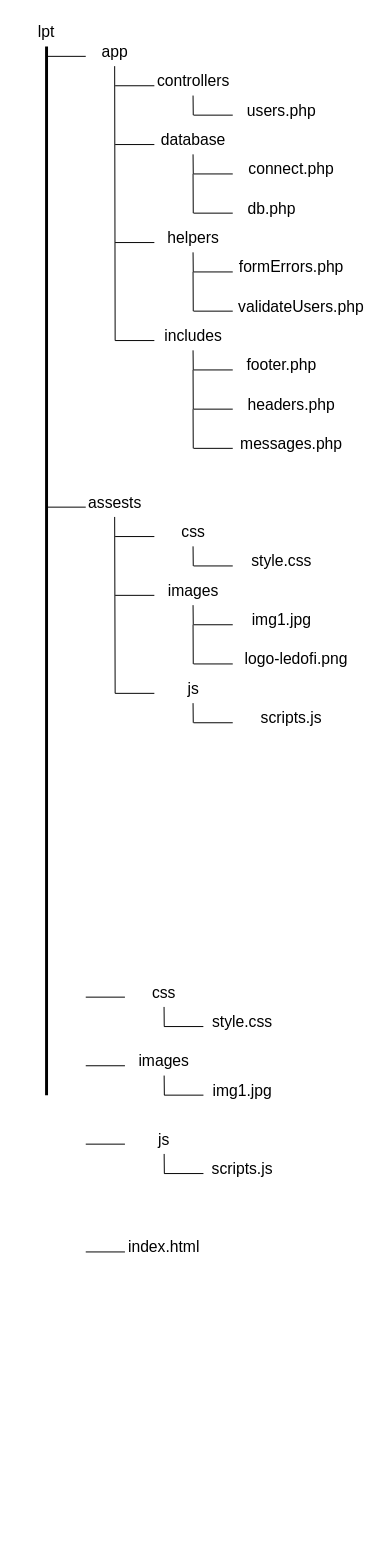
The draw.io diagram Grafika/struktura_projektu.drawio in LEDOFI/LEDOFI, before the edit. Source tidied: cells renumbered, new cells numbered last; positions are measured from the earlier drawing's top-left corner, leaving out a move shared by most shapes. Both pictures are drawn from the tidied source at 98%, with x=0, y=0 at pixel (17, 17).
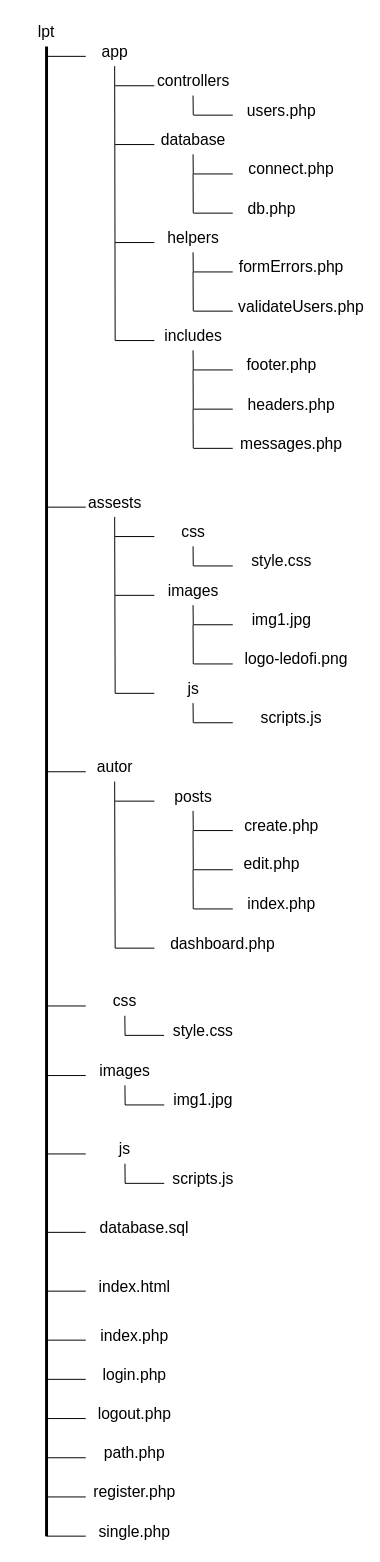
Above is the later version.

The change refers to these unchanged cells:
```xml
<mxCell id="2" value="&lt;font style=&quot;font-size: 16px&quot;&gt;lpt&lt;/font&gt;" style="text;html=1;strokeColor=none;fillColor=none;align=center;verticalAlign=middle;whiteSpace=wrap;rounded=0;" parent="1" vertex="1">
  <mxGeometry width="60" height="30" as="geometry" />
</mxCell>
```

What changed in the source:
```diff
@@
     <mxCell id="3" style="endArrow=none;html=1;rounded=0;fontSize=16;entryX=0.5;entryY=1;entryDx=0;entryDy=0;strokeWidth=3;" parent="1" edge="1" target="2">
       <mxGeometry relative="1" as="geometry">
-        <mxPoint x="30" y="1100" as="sourcePoint" />
+        <mxPoint x="30" y="1550" as="sourcePoint" />
       </mxGeometry>
     </mxCell>
     <mxCell id="4" style="endArrow=none;html=1;rounded=0;fontSize=16;" parent="1" edge="1">
       <mxGeometry relative="1" as="geometry">
-        <mxPoint x="70" y="1000" as="sourcePoint" />
-        <mxPoint x="110" y="1000" as="targetPoint" />
+        <mxPoint x="30" y="1009" as="sourcePoint" />
+        <mxPoint x="70" y="1009" as="targetPoint" />
       </mxGeometry>
     </mxCell>
     <mxCell id="5" value="&lt;font style=&quot;font-size: 16px&quot;&gt;css&lt;/font&gt;" style="text;html=1;strokeColor=none;fillColor=none;align=center;verticalAlign=middle;whiteSpace=wrap;rounded=0;" parent="1" vertex="1">
-      <mxGeometry x="120" y="980" width="60" height="30" as="geometry" />
+      <mxGeometry x="80" y="989" width="60" height="30" as="geometry" />
     </mxCell>
     <mxCell id="6" style="endArrow=none;html=1;rounded=0;fontSize=16;" parent="1" edge="1">
       <mxGeometry relative="1" as="geometry">
-        <mxPoint x="70" y="1070" as="sourcePoint" />
-        <mxPoint x="110" y="1070" as="targetPoint" />
+        <mxPoint x="30" y="1080" as="sourcePoint" />
+        <mxPoint x="70" y="1080" as="targetPoint" />
       </mxGeometry>
     </mxCell>
     <mxCell id="7" value="&lt;font style=&quot;font-size: 16px&quot;&gt;images&lt;/font&gt;" style="text;html=1;strokeColor=none;fillColor=none;align=center;verticalAlign=middle;whiteSpace=wrap;rounded=0;" parent="1" vertex="1">
-      <mxGeometry x="120" y="1050" width="60" height="30" as="geometry" />
+      <mxGeometry x="80" y="1060" width="60" height="30" as="geometry" />
     </mxCell>
     <mxCell id="8" style="endArrow=none;html=1;rounded=0;fontSize=16;" parent="1" edge="1">
       <mxGeometry relative="1" as="geometry">
-        <mxPoint x="70" y="1150" as="sourcePoint" />
-        <mxPoint x="110" y="1150" as="targetPoint" />
+        <mxPoint x="30" y="1160" as="sourcePoint" />
+        <mxPoint x="70" y="1160" as="targetPoint" />
       </mxGeometry>
     </mxCell>
     <mxCell id="9" value="&lt;font style=&quot;font-size: 16px&quot;&gt;js&lt;/font&gt;" style="text;html=1;strokeColor=none;fillColor=none;align=center;verticalAlign=middle;whiteSpace=wrap;rounded=0;" parent="1" vertex="1">
-      <mxGeometry x="120" y="1130" width="60" height="30" as="geometry" />
+      <mxGeometry x="80" y="1140" width="60" height="30" as="geometry" />
     </mxCell>
     <mxCell id="10" style="endArrow=none;html=1;rounded=0;fontSize=16;" parent="1" edge="1">
       <mxGeometry relative="1" as="geometry">
-        <mxPoint x="70" y="1260" as="sourcePoint" />
-        <mxPoint x="110" y="1260" as="targetPoint" />
+        <mxPoint x="30" y="1300" as="sourcePoint" />
+        <mxPoint x="70" y="1300" as="targetPoint" />
       </mxGeometry>
     </mxCell>
     <mxCell id="11" value="&lt;font style=&quot;font-size: 16px&quot;&gt;index.html&lt;/font&gt;" style="text;html=1;strokeColor=none;fillColor=none;align=center;verticalAlign=middle;whiteSpace=wrap;rounded=0;" parent="1" vertex="1">
-      <mxGeometry x="120" y="1240" width="60" height="30" as="geometry" />
+      <mxGeometry x="90" y="1280" width="60" height="30" as="geometry" />
     </mxCell>
     <mxCell id="12" style="endArrow=none;html=1;rounded=0;fontSize=16;strokeWidth=1;" parent="1" edge="1">
       <mxGeometry relative="1" as="geometry">
-        <mxPoint x="150.1" y="1030" as="sourcePoint" />
-        <mxPoint x="149.9" y="1010" as="targetPoint" />
+        <mxPoint x="110.1" y="1039" as="sourcePoint" />
+        <mxPoint x="109.9" y="1019" as="targetPoint" />
       </mxGeometry>
     </mxCell>
     <mxCell id="13" style="endArrow=none;html=1;rounded=0;fontSize=16;" parent="1" edge="1">
       <mxGeometry relative="1" as="geometry">
-        <mxPoint x="150" y="1030" as="sourcePoint" />
-        <mxPoint x="190" y="1030" as="targetPoint" />
+        <mxPoint x="110" y="1039" as="sourcePoint" />
+        <mxPoint x="150" y="1039" as="targetPoint" />
       </mxGeometry>
     </mxCell>
     <mxCell id="14" value="&lt;font style=&quot;font-size: 16px&quot;&gt;style.css&lt;/font&gt;" style="text;html=1;strokeColor=none;fillColor=none;align=center;verticalAlign=middle;whiteSpace=wrap;rounded=0;" parent="1" vertex="1">
-      <mxGeometry x="200" y="1010" width="60" height="30" as="geometry" />
+      <mxGeometry x="160" y="1019" width="60" height="30" as="geometry" />
     </mxCell>
     <mxCell id="15" style="endArrow=none;html=1;rounded=0;fontSize=16;strokeWidth=1;" parent="1" edge="1">
       <mxGeometry relative="1" as="geometry">
-        <mxPoint x="150.2" y="1100" as="sourcePoint" />
-        <mxPoint x="150" y="1080" as="targetPoint" />
+        <mxPoint x="110.2" y="1110" as="sourcePoint" />
+        <mxPoint x="110" y="1090" as="targetPoint" />
       </mxGeometry>
     </mxCell>
     <mxCell id="16" style="endArrow=none;html=1;rounded=0;fontSize=16;" parent="1" edge="1">
       <mxGeometry relative="1" as="geometry">
-        <mxPoint x="150.1" y="1100" as="sourcePoint" />
-        <mxPoint x="190.1" y="1100" as="targetPoint" />
+        <mxPoint x="110.1" y="1110" as="sourcePoint" />
+        <mxPoint x="150.1" y="1110" as="targetPoint" />
       </mxGeometry>
     </mxCell>
     <mxCell id="17" value="&lt;font style=&quot;font-size: 16px&quot;&gt;img1.jpg&lt;/font&gt;" style="text;html=1;strokeColor=none;fillColor=none;align=center;verticalAlign=middle;whiteSpace=wrap;rounded=0;" parent="1" vertex="1">
-      <mxGeometry x="200" y="1080" width="60" height="30" as="geometry" />
+      <mxGeometry x="160" y="1090" width="60" height="30" as="geometry" />
     </mxCell>
     <mxCell id="18" style="endArrow=none;html=1;rounded=0;fontSize=16;strokeWidth=1;" parent="1" edge="1">
       <mxGeometry relative="1" as="geometry">
-        <mxPoint x="150.2" y="1180" as="sourcePoint" />
-        <mxPoint x="150" y="1160" as="targetPoint" />
+        <mxPoint x="110.2" y="1190" as="sourcePoint" />
+        <mxPoint x="110" y="1170" as="targetPoint" />
       </mxGeometry>
     </mxCell>
     <mxCell id="19" style="endArrow=none;html=1;rounded=0;fontSize=16;" parent="1" edge="1">
       <mxGeometry relative="1" as="geometry">
-        <mxPoint x="150.1" y="1180" as="sourcePoint" />
-        <mxPoint x="190.1" y="1180" as="targetPoint" />
+        <mxPoint x="110.1" y="1190" as="sourcePoint" />
+        <mxPoint x="150.1" y="1190" as="targetPoint" />
       </mxGeometry>
     </mxCell>
     <mxCell id="20" value="&lt;font style=&quot;font-size: 16px&quot;&gt;scripts.js&lt;/font&gt;" style="text;html=1;strokeColor=none;fillColor=none;align=center;verticalAlign=middle;whiteSpace=wrap;rounded=0;" parent="1" vertex="1">
-      <mxGeometry x="200" y="1160" width="60" height="30" as="geometry" />
+      <mxGeometry x="160" y="1170" width="60" height="30" as="geometry" />
     </mxCell>
@@
+    <mxCell id="89" style="endArrow=none;html=1;rounded=0;fontSize=16;" parent="1" edge="1">
+      <mxGeometry relative="1" as="geometry">
+        <mxPoint x="30" y="770" as="sourcePoint" />
+        <mxPoint x="70" y="770" as="targetPoint" />
+      </mxGeometry>
+    </mxCell>
+    <mxCell id="90" value="&lt;font style=&quot;font-size: 16px&quot;&gt;autor&lt;/font&gt;" style="text;html=1;strokeColor=none;fillColor=none;align=center;verticalAlign=middle;whiteSpace=wrap;rounded=0;" parent="1" vertex="1">
+      <mxGeometry x="70" y="750" width="60" height="30" as="geometry" />
+    </mxCell>
+    <mxCell id="91" style="endArrow=none;html=1;rounded=0;fontSize=16;strokeWidth=1;" parent="1" edge="1">
+      <mxGeometry relative="1" as="geometry">
+        <mxPoint x="100" y="950" as="sourcePoint" />
+        <mxPoint x="99.5" y="780" as="targetPoint" />
+      </mxGeometry>
+    </mxCell>
+    <mxCell id="92" style="endArrow=none;html=1;rounded=0;fontSize=16;" parent="1" edge="1">
+      <mxGeometry relative="1" as="geometry">
+        <mxPoint x="100" y="800" as="sourcePoint" />
+        <mxPoint x="140" y="800" as="targetPoint" />
+      </mxGeometry>
+    </mxCell>
+    <mxCell id="93" value="&lt;font style=&quot;font-size: 16px&quot;&gt;posts&lt;/font&gt;" style="text;html=1;strokeColor=none;fillColor=none;align=center;verticalAlign=middle;whiteSpace=wrap;rounded=0;" parent="1" vertex="1">
+      <mxGeometry x="150" y="780" width="60" height="30" as="geometry" />
+    </mxCell>
+    <mxCell id="94" style="group;" parent="1" vertex="1">
+      <mxGeometry x="179.5" y="810" width="40.5" height="20" as="geometry" />
+    </mxCell>
+    <mxCell id="95" style="endArrow=none;html=1;rounded=0;fontSize=16;strokeWidth=1;" parent="94" edge="1">
+      <mxGeometry relative="1" as="geometry">
+        <mxPoint x="0.2" y="20" as="sourcePoint" />
+        <mxPoint as="targetPoint" />
+      </mxGeometry>
+    </mxCell>
+    <mxCell id="96" style="endArrow=none;html=1;rounded=0;fontSize=16;" parent="94" edge="1">
+      <mxGeometry relative="1" as="geometry">
+        <mxPoint x="0.5" y="20" as="sourcePoint" />
+        <mxPoint x="40.5" y="20" as="targetPoint" />
+      </mxGeometry>
+    </mxCell>
+    <mxCell id="97" value="&lt;font style=&quot;font-size: 16px&quot;&gt;create.php&lt;/font&gt;" style="text;html=1;strokeColor=none;fillColor=none;align=center;verticalAlign=middle;whiteSpace=wrap;rounded=0;" parent="1" vertex="1">
+      <mxGeometry x="240" y="810" width="60" height="30" as="geometry" />
+    </mxCell>
+    <mxCell id="98" style="endArrow=none;html=1;rounded=0;fontSize=16;" parent="1" edge="1">
+      <mxGeometry relative="1" as="geometry">
+        <mxPoint x="100" y="950" as="sourcePoint" />
+        <mxPoint x="140" y="950" as="targetPoint" />
+      </mxGeometry>
+    </mxCell>
+    <mxCell id="99" value="&lt;font style=&quot;font-size: 16px&quot;&gt;dashboard.php&lt;/font&gt;" style="text;html=1;strokeColor=none;fillColor=none;align=center;verticalAlign=middle;whiteSpace=wrap;rounded=0;" parent="1" vertex="1">
+      <mxGeometry x="179.5" y="930" width="60" height="30" as="geometry" />
+    </mxCell>
+    <mxCell id="100" style="group;" parent="1" vertex="1">
+      <mxGeometry x="179.5" y="830" width="40.5" height="40" as="geometry" />
+    </mxCell>
+    <mxCell id="101" style="endArrow=none;html=1;rounded=0;fontSize=16;strokeWidth=1;" parent="100" edge="1">
+      <mxGeometry relative="1" as="geometry">
+        <mxPoint x="0.2" y="40" as="sourcePoint" />
+        <mxPoint as="targetPoint" />
+      </mxGeometry>
+    </mxCell>
+    <mxCell id="102" style="endArrow=none;html=1;rounded=0;fontSize=16;" parent="100" edge="1">
+      <mxGeometry relative="1" as="geometry">
+        <mxPoint x="0.5" y="40" as="sourcePoint" />
+        <mxPoint x="40.5" y="40" as="targetPoint" />
+      </mxGeometry>
+    </mxCell>
+    <mxCell id="103" value="&lt;font style=&quot;font-size: 16px&quot;&gt;edit.php&lt;/font&gt;" style="text;html=1;strokeColor=none;fillColor=none;align=center;verticalAlign=middle;whiteSpace=wrap;rounded=0;" parent="1" vertex="1">
+      <mxGeometry x="230" y="849" width="60" height="30" as="geometry" />
+    </mxCell>
+    <mxCell id="104" value="&lt;font style=&quot;font-size: 16px&quot;&gt;index.php&lt;/font&gt;" style="text;html=1;strokeColor=none;fillColor=none;align=center;verticalAlign=middle;whiteSpace=wrap;rounded=0;" parent="1" vertex="1">
+      <mxGeometry x="239.5" y="890" width="60" height="30" as="geometry" />
+    </mxCell>
+    <mxCell id="105" style="group;" parent="1" vertex="1">
+      <mxGeometry x="179.5" y="870" width="40.5" height="40" as="geometry" />
+    </mxCell>
+    <mxCell id="106" style="endArrow=none;html=1;rounded=0;fontSize=16;strokeWidth=1;" parent="105" edge="1">
+      <mxGeometry relative="1" as="geometry">
+        <mxPoint x="0.2" y="40" as="sourcePoint" />
+        <mxPoint as="targetPoint" />
+      </mxGeometry>
+    </mxCell>
+    <mxCell id="107" style="endArrow=none;html=1;rounded=0;fontSize=16;" parent="105" edge="1">
+      <mxGeometry relative="1" as="geometry">
+        <mxPoint x="0.5" y="40" as="sourcePoint" />
+        <mxPoint x="40.5" y="40" as="targetPoint" />
+      </mxGeometry>
+    </mxCell>
+    <mxCell id="108" style="endArrow=none;html=1;rounded=0;fontSize=16;" parent="1" edge="1">
+      <mxGeometry relative="1" as="geometry">
+        <mxPoint x="30" y="1240" as="sourcePoint" />
+        <mxPoint x="70" y="1240" as="targetPoint" />
+      </mxGeometry>
+    </mxCell>
+    <mxCell id="109" value="&lt;font style=&quot;font-size: 16px&quot;&gt;database.sql&lt;/font&gt;" style="text;html=1;strokeColor=none;fillColor=none;align=center;verticalAlign=middle;whiteSpace=wrap;rounded=0;" parent="1" vertex="1">
+      <mxGeometry x="100" y="1220" width="60" height="30" as="geometry" />
+    </mxCell>
+    <mxCell id="110" style="endArrow=none;html=1;rounded=0;fontSize=16;" parent="1" edge="1">
+      <mxGeometry relative="1" as="geometry">
+        <mxPoint x="30" y="1350" as="sourcePoint" />
+        <mxPoint x="70" y="1350" as="targetPoint" />
+      </mxGeometry>
+    </mxCell>
+    <mxCell id="111" value="&lt;font style=&quot;font-size: 16px&quot;&gt;index.php&lt;/font&gt;" style="text;html=1;strokeColor=none;fillColor=none;align=center;verticalAlign=middle;whiteSpace=wrap;rounded=0;" parent="1" vertex="1">
+      <mxGeometry x="90" y="1330" width="60" height="30" as="geometry" />
+    </mxCell>
+    <mxCell id="112" style="endArrow=none;html=1;rounded=0;fontSize=16;" parent="1" edge="1">
+      <mxGeometry relative="1" as="geometry">
+        <mxPoint x="30" y="1390" as="sourcePoint" />
+        <mxPoint x="70" y="1390" as="targetPoint" />
+      </mxGeometry>
+    </mxCell>
+    <mxCell id="113" value="&lt;font style=&quot;font-size: 16px&quot;&gt;login.php&lt;/font&gt;" style="text;html=1;strokeColor=none;fillColor=none;align=center;verticalAlign=middle;whiteSpace=wrap;rounded=0;" parent="1" vertex="1">
+      <mxGeometry x="90" y="1370" width="60" height="30" as="geometry" />
+    </mxCell>
+    <mxCell id="114" style="endArrow=none;html=1;rounded=0;fontSize=16;" parent="1" edge="1">
+      <mxGeometry relative="1" as="geometry">
+        <mxPoint x="30" y="1430" as="sourcePoint" />
+        <mxPoint x="70" y="1430" as="targetPoint" />
+      </mxGeometry>
+    </mxCell>
+    <mxCell id="115" value="&lt;font style=&quot;font-size: 16px&quot;&gt;logout.php&lt;/font&gt;" style="text;html=1;strokeColor=none;fillColor=none;align=center;verticalAlign=middle;whiteSpace=wrap;rounded=0;" parent="1" vertex="1">
+      <mxGeometry x="90" y="1410" width="60" height="30" as="geometry" />
+    </mxCell>
+    <mxCell id="116" style="endArrow=none;html=1;rounded=0;fontSize=16;" parent="1" edge="1">
+      <mxGeometry relative="1" as="geometry">
+        <mxPoint x="30" y="1470" as="sourcePoint" />
+        <mxPoint x="70" y="1470" as="targetPoint" />
+      </mxGeometry>
+    </mxCell>
+    <mxCell id="117" value="&lt;font style=&quot;font-size: 16px&quot;&gt;path.php&lt;/font&gt;" style="text;html=1;strokeColor=none;fillColor=none;align=center;verticalAlign=middle;whiteSpace=wrap;rounded=0;" parent="1" vertex="1">
+      <mxGeometry x="90" y="1450" width="60" height="30" as="geometry" />
+    </mxCell>
+    <mxCell id="118" style="endArrow=none;html=1;rounded=0;fontSize=16;" parent="1" edge="1">
+      <mxGeometry relative="1" as="geometry">
+        <mxPoint x="30" y="1510" as="sourcePoint" />
+        <mxPoint x="70" y="1510" as="targetPoint" />
+      </mxGeometry>
+    </mxCell>
+    <mxCell id="119" value="&lt;font style=&quot;font-size: 16px&quot;&gt;register.php&lt;/font&gt;" style="text;html=1;strokeColor=none;fillColor=none;align=center;verticalAlign=middle;whiteSpace=wrap;rounded=0;" parent="1" vertex="1">
+      <mxGeometry x="90" y="1490" width="60" height="30" as="geometry" />
+    </mxCell>
+    <mxCell id="120" style="endArrow=none;html=1;rounded=0;fontSize=16;" parent="1" edge="1">
+      <mxGeometry relative="1" as="geometry">
+        <mxPoint x="30" y="1550" as="sourcePoint" />
+        <mxPoint x="70" y="1550" as="targetPoint" />
+      </mxGeometry>
+    </mxCell>
+    <mxCell id="121" value="&lt;font style=&quot;font-size: 16px&quot;&gt;single.php&lt;/font&gt;" style="text;html=1;strokeColor=none;fillColor=none;align=center;verticalAlign=middle;whiteSpace=wrap;rounded=0;" parent="1" vertex="1">
+      <mxGeometry x="90" y="1530" width="60" height="30" as="geometry" />
+    </mxCell>
```
